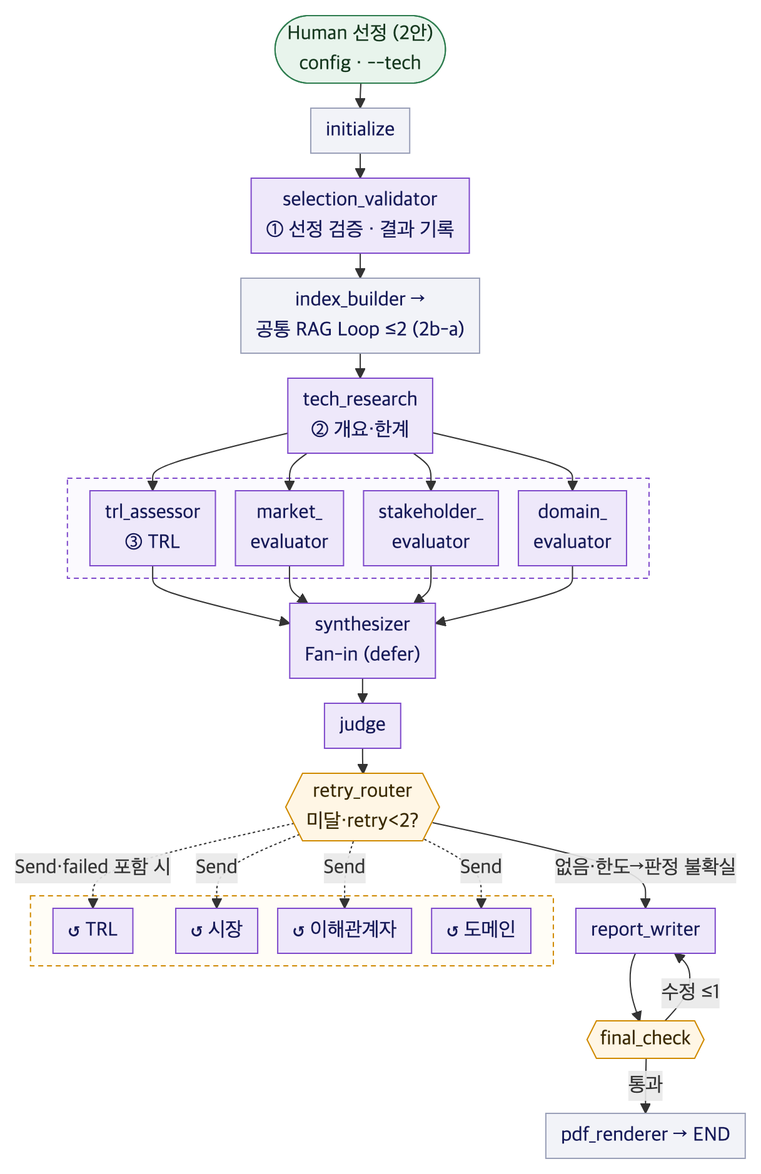
Before: docs/graph_overview.png, a diagram exported from Mermaid (jinsu1011/skala-project-0921). Its source is kept beside it as docs/graph_overview.mmd.
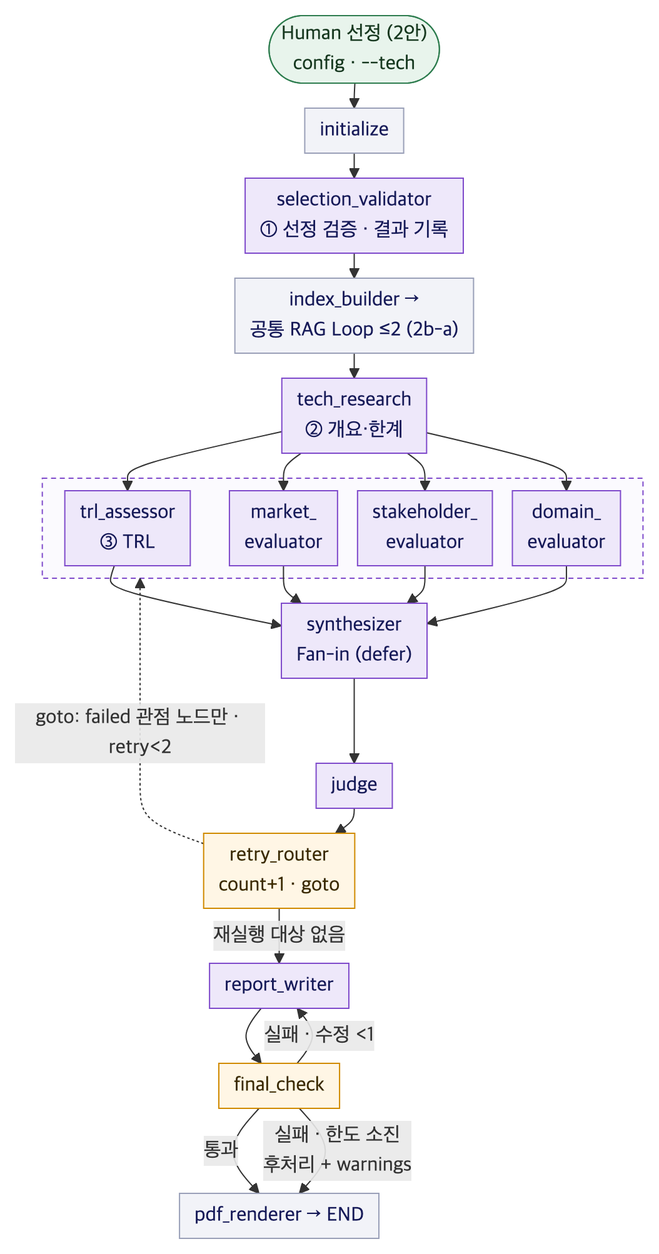
Later version of the same file.

Change to the diagram source:
```diff
@@ -13,29 +13,19 @@
     TR --> TRL & MK & SH & DM
     TRL & MK & SH & DM --> SY["synthesizer<br/>Fan-in (defer)"]
     SY --> JD["judge"]
-    JD --> RR{{"retry_router<br/>미달·retry<2?"}}
-    subgraph RERUN[" "]
-        direction LR
-        R1["↺ TRL"]
-        R2["↺ 시장"]
-        R3["↺ 이해관계자"]
-        R4["↺ 도메인"]
-    end
-    RR -.->|"Send·failed 포함 시"| R1
-    RR -.->|"Send"| R2
-    RR -.->|"Send"| R3
-    RR -.->|"Send"| R4
-    RR -->|"없음·한도→판정 불확실"| RWR["report_writer"]
-    RWR --> FC{{"final_check"}}
-    FC -->|"수정 ≤1"| RWR
+    JD --> RR["retry_router<br/>count+1 · goto"]
+    RR -.->|"goto: failed 관점 노드만 · retry<2"| FAN
+    RR -->|"재실행 대상 없음"| RWR["report_writer"]
+    RWR --> FC["final_check"]
+    FC -->|"실패 · 수정 <1"| RWR
     FC -->|"통과"| PDF["pdf_renderer → END"]
+    FC -->|"실패 · 한도 소진<br/>후처리 + warnings"| PDF
     classDef agent fill:#EEE8FA,stroke:#7F4ACB,color:#161A58;
     classDef util fill:#F2F3F8,stroke:#9AA0B8,color:#161A58;
     classDef human fill:#E8F4EC,stroke:#2E7D4F,color:#16381F;
     classDef gate fill:#FFF6E5,stroke:#D08A00,color:#3A2A00;
-    class VAL,TR,TRL,MK,SH,DM,SY,JD,RWR,R1,R2,R3,R4 agent;
+    class VAL,TR,TRL,MK,SH,DM,SY,JD,RWR agent;
     class INIT,CR,PDF util;
     class H0 human;
     class RR,FC gate;
-    style RERUN fill:#FFFDF6,stroke:#D08A00,stroke-dasharray:4 3,color:#3A2A00
     style FAN fill:#FBFAFE,stroke:#7F4ACB,stroke-dasharray:4 3,color:#161A58
```
